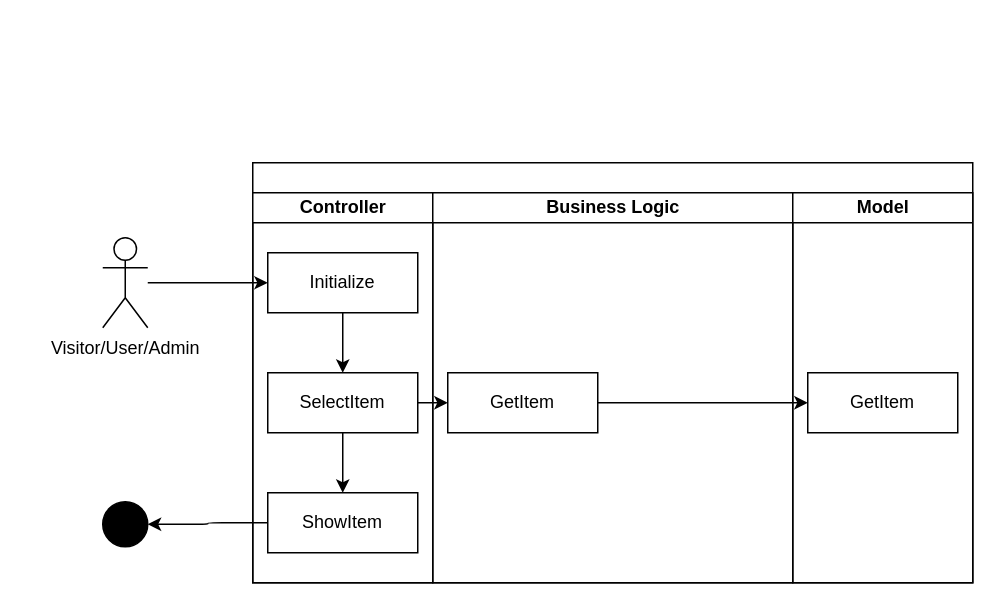
This is diagrams/ASD/SeeDetails.drawio from JochemGrootherder/educom-webshop-runtime-records, a draw.io file, before an edit. Source tidied: cells renumbered, new cells numbered last; positions are measured from the earlier drawing's top-left corner, leaving out a move shared by most shapes. Both pictures are drawn from the tidied source at 150%, with x=0, y=0 at pixel (102, 162).
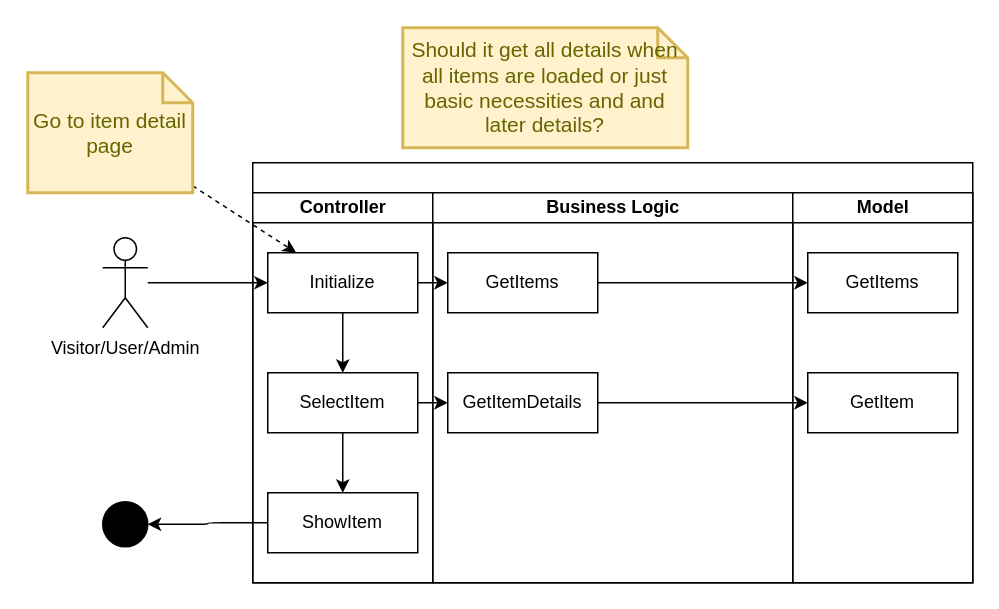
After the change.

The change refers to these unchanged cells:
```xml
<mxCell id="2" style="swimlane;startSize=20;html=1;" parent="1" vertex="1">
  <mxGeometry x="100" width="480" height="280" as="geometry" />
</mxCell>
<mxCell id="5" value="Initialize" style="rounded=0;whiteSpace=wrap;html=1;" parent="3" vertex="1">
  <mxGeometry x="10" y="40" width="100" height="40" as="geometry" />
</mxCell>
<mxCell id="9" value="Business Logic" style="swimlane;startSize=20;html=1;" parent="2" vertex="1">
  <mxGeometry x="120" y="20" width="240" height="260" as="geometry" />
</mxCell>
<mxCell id="11" value="Model" style="swimlane;startSize=20;html=1;" parent="2" vertex="1">
  <mxGeometry x="360" y="20" width="120" height="260" as="geometry" />
</mxCell>
```

Diff of the diagram source:
```diff
@@
-    <mxCell id="10" value="GetItem" style="rounded=0;whiteSpace=wrap;html=1;" parent="9" vertex="1">
+    <mxCell id="10" value="GetItemDetails" style="rounded=0;whiteSpace=wrap;html=1;" parent="9" vertex="1">
       <mxGeometry x="10" y="120" width="100" height="40" as="geometry" />
     </mxCell>
+    <mxCell id="19" value="GetItems" style="rounded=0;whiteSpace=wrap;html=1;" parent="9" vertex="1">
+      <mxGeometry x="10" y="40" width="100" height="40" as="geometry" />
+    </mxCell>
@@
-    <mxCell id="12" value="GetItem" style="rounded=0;whiteSpace=wrap;html=1;" parent="11" vertex="1">
-      <mxGeometry x="10" y="120" width="100" height="40" as="geometry" />
+    <mxCell id="12" value="GetItems" style="rounded=0;whiteSpace=wrap;html=1;" parent="11" vertex="1">
+      <mxGeometry x="10" y="40" width="100" height="40" as="geometry" />
     </mxCell>
+    <mxCell id="20" value="GetItem" style="rounded=0;whiteSpace=wrap;html=1;" parent="11" vertex="1">
+      <mxGeometry x="10" y="120" width="100" height="40" as="geometry" />
+    </mxCell>
@@
+    <mxCell id="21" style="edgeStyle=none;html=1;" parent="2" edge="1" source="5" target="19">
+      <mxGeometry relative="1" as="geometry" />
+    </mxCell>
-    <mxCell id="14" style="edgeStyle=none;html=1;" parent="2" edge="1" source="10" target="12">
+    <mxCell id="14" style="edgeStyle=none;html=1;" parent="2" edge="1" source="19" target="12">
       <mxGeometry relative="1" as="geometry" />
     </mxCell>
+    <mxCell id="22" style="edgeStyle=none;html=1;" parent="2" edge="1" source="10" target="20">
+      <mxGeometry relative="1" as="geometry" />
+    </mxCell>
@@
+    <mxCell id="23" style="edgeStyle=none;html=1;dashed=1;" parent="1" edge="1" source="24" target="5">
+      <mxGeometry relative="1" as="geometry" />
+    </mxCell>
+    <mxCell id="24" value="Go to item detail page" style="shape=note;strokeWidth=2;fontSize=14;size=20;whiteSpace=wrap;html=1;fillColor=#fff2cc;strokeColor=#d6b656;fontColor=#666600;" parent="1" vertex="1">
+      <mxGeometry x="-50" y="-60" width="110" height="80" as="geometry" />
+    </mxCell>
+    <mxCell id="25" value="Should it get all details when all items are loaded or just basic necessities and and later details?" style="shape=note;strokeWidth=2;fontSize=14;size=20;whiteSpace=wrap;html=1;fillColor=#fff2cc;strokeColor=#d6b656;fontColor=#666600;" parent="1" vertex="1">
+      <mxGeometry x="200" y="-90" width="190" height="80" as="geometry" />
+    </mxCell>
```
